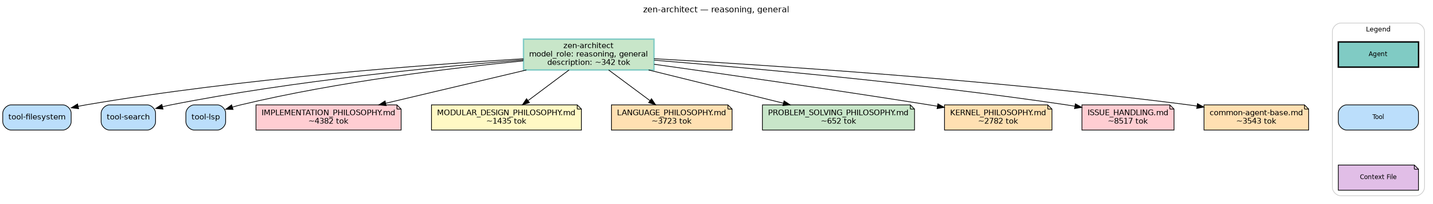
Before: agents/zen-architect.png, a diagram exported from Graphviz (microsoft/amplifier-foundation). Its source is kept beside it as agents/zen-architect.dot. The source it was exported from:
```dot
digraph zen_architect {
    rankdir=TB
    fontname="Helvetica"
    fontsize=12
    label="zen-architect — reasoning, general"
    labelloc=t
    labeljust=c
    nodesep=0.6
    ranksep=0.7
    bgcolor="white"
    source_hash="deaea3f73965b16dd4b36524b80fe0c16189cf91294a0c237dd592dd1912bb99"

    node [fontname="Helvetica", fontsize=11, style="filled,rounded"]
    edge [fontname="Helvetica", fontsize=9]

    agent [label="zen-architect\nmodel_role: reasoning, general\ndescription: ~342 tok", shape=box, fillcolor="#c8e6c9", style="filled,bold", color="#80cbc4"]
    tool_tool_filesystem [label="tool-filesystem", shape=box, fillcolor="#bbdefb", style="filled,rounded"]
    tool_tool_search [label="tool-search", shape=box, fillcolor="#bbdefb", style="filled,rounded"]
    tool_tool_lsp [label="tool-lsp", shape=box, fillcolor="#bbdefb", style="filled,rounded"]
    ctx_foundation_context_IMPLEMENTATION_PHILOSOPHY_md [label="IMPLEMENTATION_PHILOSOPHY.md\n~4382 tok", shape=note, fillcolor="#ffcdd2", style="filled"]
    ctx_foundation_context_MODULAR_DESIGN_PHILOSOPHY_md [label="MODULAR_DESIGN_PHILOSOPHY.md\n~1435 tok", shape=note, fillcolor="#fff9c4", style="filled"]
    ctx_foundation_context_LANGUAGE_PHILOSOPHY_md [label="LANGUAGE_PHILOSOPHY.md\n~3723 tok", shape=note, fillcolor="#ffe0b2", style="filled"]
    ctx_foundation_context_shared_PROBLEM_SOLVING_PHILOSOPHY_md [label="PROBLEM_SOLVING_PHILOSOPHY.md\n~652 tok", shape=note, fillcolor="#c8e6c9", style="filled"]
    ctx_foundation_context_KERNEL_PHILOSOPHY_md [label="KERNEL_PHILOSOPHY.md\n~2782 tok", shape=note, fillcolor="#ffe0b2", style="filled"]
    ctx_foundation_context_ISSUE_HANDLING_md [label="ISSUE_HANDLING.md\n~8517 tok", shape=note, fillcolor="#ffcdd2", style="filled"]
    ctx_foundation_context_shared_common_agent_base_md [label="common-agent-base.md\n~3543 tok", shape=note, fillcolor="#ffe0b2", style="filled"]

    agent -> tool_tool_filesystem
    agent -> tool_tool_search
    agent -> tool_tool_lsp
    agent -> ctx_foundation_context_IMPLEMENTATION_PHILOSOPHY_md
    agent -> ctx_foundation_context_MODULAR_DESIGN_PHILOSOPHY_md
    agent -> ctx_foundation_context_LANGUAGE_PHILOSOPHY_md
    agent -> ctx_foundation_context_shared_PROBLEM_SOLVING_PHILOSOPHY_md
    agent -> ctx_foundation_context_KERNEL_PHILOSOPHY_md
    agent -> ctx_foundation_context_ISSUE_HANDLING_md
    agent -> ctx_foundation_context_shared_common_agent_base_md

    subgraph cluster_legend {
        label="Legend"
        style="filled,rounded"
        fillcolor="white"
        color="#cccccc"
        fontsize=10
        node [shape=box, fontsize=9, width=1.6]
        leg_agent [label="Agent", shape=box, fillcolor="#80cbc4", style="filled,bold"]
        leg_tool [label="Tool", shape=box, fillcolor="#bbdefb", style="filled,rounded"]
        leg_ctx [label="Context File", shape=note, fillcolor="#e1bee7", style="filled,rounded"]
        leg_agent -> leg_tool -> leg_ctx [style=invis]
    }
}
```
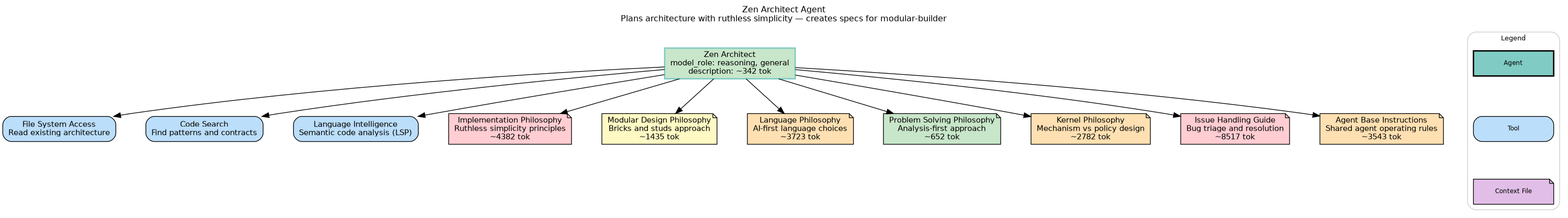
The same diagram one commit later.

The edit, as a diff of the source:
```diff
@@ -2,7 +2,7 @@
     rankdir=TB
     fontname="Helvetica"
     fontsize=12
-    label="zen-architect — reasoning, general"
+    label="Zen Architect Agent\nPlans architecture with ruthless simplicity — creates specs for modular-builder"
     labelloc=t
     labeljust=c
     nodesep=0.6
@@ -13,17 +13,17 @@
     node [fontname="Helvetica", fontsize=11, style="filled,rounded"]
     edge [fontname="Helvetica", fontsize=9]
 
-    agent [label="zen-architect\nmodel_role: reasoning, general\ndescription: ~342 tok", shape=box, fillcolor="#c8e6c9", style="filled,bold", color="#80cbc4"]
-    tool_tool_filesystem [label="tool-filesystem", shape=box, fillcolor="#bbdefb", style="filled,rounded"]
-    tool_tool_search [label="tool-search", shape=box, fillcolor="#bbdefb", style="filled,rounded"]
-    tool_tool_lsp [label="tool-lsp", shape=box, fillcolor="#bbdefb", style="filled,rounded"]
-    ctx_foundation_context_IMPLEMENTATION_PHILOSOPHY_md [label="IMPLEMENTATION_PHILOSOPHY.md\n~4382 tok", shape=note, fillcolor="#ffcdd2", style="filled"]
-    ctx_foundation_context_MODULAR_DESIGN_PHILOSOPHY_md [label="MODULAR_DESIGN_PHILOSOPHY.md\n~1435 tok", shape=note, fillcolor="#fff9c4", style="filled"]
-    ctx_foundation_context_LANGUAGE_PHILOSOPHY_md [label="LANGUAGE_PHILOSOPHY.md\n~3723 tok", shape=note, fillcolor="#ffe0b2", style="filled"]
-    ctx_foundation_context_shared_PROBLEM_SOLVING_PHILOSOPHY_md [label="PROBLEM_SOLVING_PHILOSOPHY.md\n~652 tok", shape=note, fillcolor="#c8e6c9", style="filled"]
-    ctx_foundation_context_KERNEL_PHILOSOPHY_md [label="KERNEL_PHILOSOPHY.md\n~2782 tok", shape=note, fillcolor="#ffe0b2", style="filled"]
-    ctx_foundation_context_ISSUE_HANDLING_md [label="ISSUE_HANDLING.md\n~8517 tok", shape=note, fillcolor="#ffcdd2", style="filled"]
-    ctx_foundation_context_shared_common_agent_base_md [label="common-agent-base.md\n~3543 tok", shape=note, fillcolor="#ffe0b2", style="filled"]
+    agent [label="Zen Architect\nmodel_role: reasoning, general\ndescription: ~342 tok", shape=box, fillcolor="#c8e6c9", style="filled,bold", color="#80cbc4"]
+    tool_tool_filesystem [label="File System Access\nRead existing architecture", shape=box, fillcolor="#bbdefb", style="filled,rounded"]
+    tool_tool_search [label="Code Search\nFind patterns and contracts", shape=box, fillcolor="#bbdefb", style="filled,rounded"]
+    tool_tool_lsp [label="Language Intelligence\nSemantic code analysis (LSP)", shape=box, fillcolor="#bbdefb", style="filled,rounded"]
+    ctx_foundation_context_IMPLEMENTATION_PHILOSOPHY_md [label="Implementation Philosophy\nRuthless simplicity principles\n~4382 tok", shape=note, fillcolor="#ffcdd2", style="filled"]
+    ctx_foundation_context_MODULAR_DESIGN_PHILOSOPHY_md [label="Modular Design Philosophy\nBricks and studs approach\n~1435 tok", shape=note, fillcolor="#fff9c4", style="filled"]
+    ctx_foundation_context_LANGUAGE_PHILOSOPHY_md [label="Language Philosophy\nAI-first language choices\n~3723 tok", shape=note, fillcolor="#ffe0b2", style="filled"]
+    ctx_foundation_context_shared_PROBLEM_SOLVING_PHILOSOPHY_md [label="Problem Solving Philosophy\nAnalysis-first approach\n~652 tok", shape=note, fillcolor="#c8e6c9", style="filled"]
+    ctx_foundation_context_KERNEL_PHILOSOPHY_md [label="Kernel Philosophy\nMechanism vs policy design\n~2782 tok", shape=note, fillcolor="#ffe0b2", style="filled"]
+    ctx_foundation_context_ISSUE_HANDLING_md [label="Issue Handling Guide\nBug triage and resolution\n~8517 tok", shape=note, fillcolor="#ffcdd2", style="filled"]
+    ctx_foundation_context_shared_common_agent_base_md [label="Agent Base Instructions\nShared agent operating rules\n~3543 tok", shape=note, fillcolor="#ffe0b2", style="filled"]
 
     agent -> tool_tool_filesystem
     agent -> tool_tool_search
```
